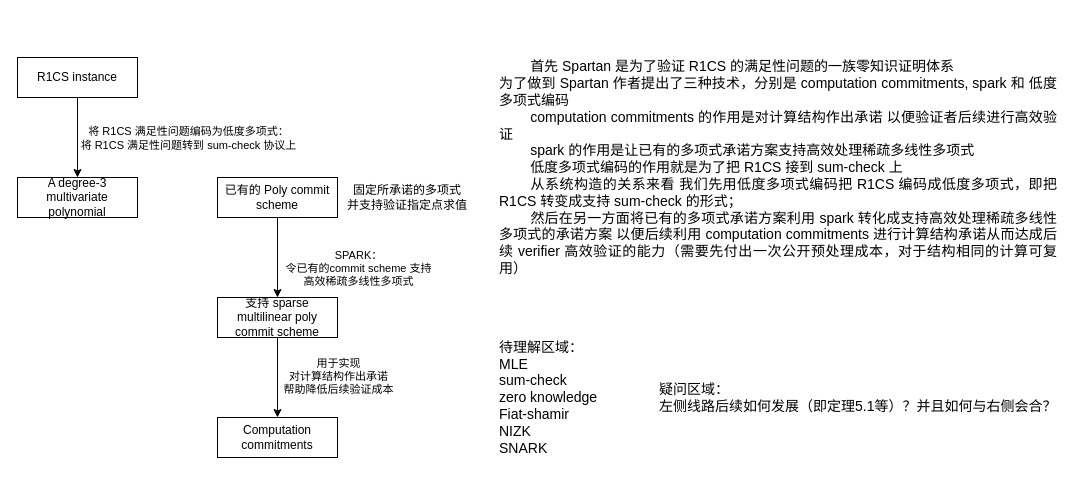
Earlier version of the draw.io diagram Day02/mechanism-D2.drawio (GreatilHailey/Spartan-learning). Source tidied: cells renumbered, new cells numbered last; positions are measured from the earlier drawing's top-left corner, leaving out a move shared by most shapes. Both pictures are drawn from the tidied source at 100%, with x=0, y=0 at pixel (17, 17).
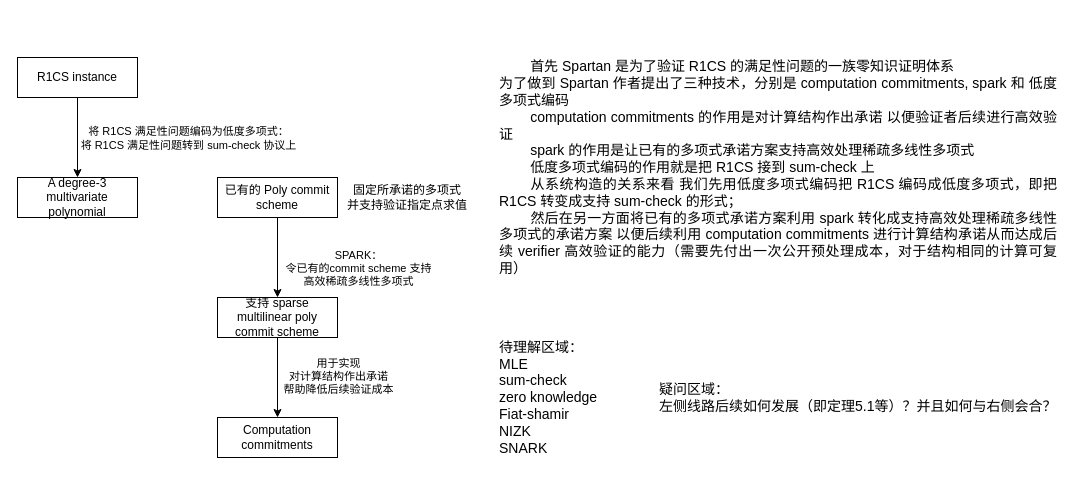
The same diagram, later.

What changed in the source:
```diff
@@
 <mxGraphModel>
   <root>
     <mxCell id="0" />
     <mxCell id="1" parent="0" />
     <mxCell id="2" style="edgeStyle=orthogonalEdgeStyle;rounded=0;jettySize=auto;html=1;exitX=0.5;exitY=1;exitDx=0;exitDy=0;entryX=0.5;entryY=0;entryDx=0;entryDy=0;" parent="1" edge="1" source="4" target="5">
       <mxGeometry relative="1" as="geometry" />
     </mxCell>
     <mxCell id="3" value="&lt;div&gt;将 R1CS 满足性问题编码为低度多项式：&lt;/div&gt;将 R1CS 满足性问题转到 sum-check 协议上" style="edgeLabel;html=1;align=center;verticalAlign=middle;labelBackgroundColor=none;" parent="2" vertex="1">
       <mxGeometry y="2" relative="1" as="geometry">
         <mxPoint x="108" as="offset" />
       </mxGeometry>
     </mxCell>
     <mxCell id="4" value="R1CS instance" style="rounded=0;whiteSpace=wrap;html=1;" parent="1" vertex="1">
       <mxGeometry y="40" width="120" height="40" as="geometry" />
     </mxCell>
     <mxCell id="5" value="A degree-3 multivariate polynomial" style="rounded=0;whiteSpace=wrap;html=1;" parent="1" vertex="1">
       <mxGeometry y="160" width="120" height="40" as="geometry" />
     </mxCell>
     <mxCell id="6" style="edgeStyle=orthogonalEdgeStyle;rounded=0;jettySize=auto;html=1;exitX=0.5;exitY=1;exitDx=0;exitDy=0;entryX=0.5;entryY=0;entryDx=0;entryDy=0;" parent="1" edge="1" source="8" target="11">
       <mxGeometry relative="1" as="geometry" />
     </mxCell>
     <mxCell id="7" value="SPARK：&lt;div&gt;令已有的commit scheme 支持&lt;/div&gt;&lt;div&gt;高效稀疏多线性多项式&lt;/div&gt;" style="edgeLabel;html=1;align=center;verticalAlign=middle;labelBackgroundColor=none;" parent="6" vertex="1">
       <mxGeometry x="-0.15" y="-1" relative="1" as="geometry">
         <mxPoint x="81" y="16" as="offset" />
       </mxGeometry>
     </mxCell>
     <mxCell id="8" value="已有的 Poly commit scheme" style="rounded=0;whiteSpace=wrap;html=1;" parent="1" vertex="1">
       <mxGeometry x="200" y="160" width="120" height="40" as="geometry" />
     </mxCell>
     <mxCell id="9" style="edgeStyle=orthogonalEdgeStyle;rounded=0;jettySize=auto;html=1;exitX=0.5;exitY=1;exitDx=0;exitDy=0;entryX=0.5;entryY=0;entryDx=0;entryDy=0;" parent="1" edge="1" source="11" target="12">
       <mxGeometry relative="1" as="geometry" />
     </mxCell>
     <mxCell id="10" value="用于实现&lt;div&gt;对计算结构作出承诺&lt;div&gt;帮助降低后续验证成本&lt;/div&gt;&lt;/div&gt;" style="edgeLabel;html=1;align=center;verticalAlign=middle;labelBackgroundColor=none;" parent="9" vertex="1">
       <mxGeometry x="-0.05" y="-1" relative="1" as="geometry">
         <mxPoint x="61" as="offset" />
       </mxGeometry>
     </mxCell>
     <mxCell id="11" value="支持 sparse multilinear poly commit scheme" style="rounded=0;whiteSpace=wrap;html=1;" parent="1" vertex="1">
       <mxGeometry x="200" y="280" width="120" height="40" as="geometry" />
     </mxCell>
     <mxCell id="12" value="Computation commitments" style="rounded=0;whiteSpace=wrap;html=1;" parent="1" vertex="1">
       <mxGeometry x="200" y="400" width="120" height="40" as="geometry" />
     </mxCell>
     <mxCell id="13" value="固定所承诺的多项式&lt;div&gt;并支持验证指定点求值&lt;/div&gt;" style="text;html=1;whiteSpace=wrap;strokeColor=none;fillColor=none;align=center;verticalAlign=middle;rounded=0;" parent="1" vertex="1">
       <mxGeometry x="320" y="165" width="140" height="30" as="geometry" />
     </mxCell>
-    <mxCell id="14" value="&lt;div style=&quot;text-align: justify;&quot;&gt;&lt;span style=&quot;font-size: 14px; background-color: transparent; color: light-dark(rgb(0, 0, 0), rgb(255, 255, 255));&quot;&gt;&lt;span style=&quot;white-space: pre;&quot;&gt;&#9;&lt;/span&gt;首先 Spartan 是为了验证 R1CS 的满足性问题的一族零知识证明体系&lt;/span&gt;&lt;/div&gt;&lt;font style=&quot;font-size: 14px;&quot;&gt;&lt;div style=&quot;text-align: justify;&quot;&gt;&lt;span style=&quot;background-color: transparent; color: light-dark(rgb(0, 0, 0), rgb(255, 255, 255));&quot;&gt;为了做到 Spartan 作者提出了三种技术，分别是 computation commitments, spark 和 低度多项式编码&lt;/span&gt;&lt;/div&gt;&lt;div style=&quot;text-align: justify;&quot;&gt;&lt;span style=&quot;background-color: transparent; color: light-dark(rgb(0, 0, 0), rgb(255, 255, 255));&quot;&gt;&lt;span style=&quot;white-space: pre;&quot;&gt;&#9;&lt;/span&gt;computation commitments 的作用是对计算结构作出承诺 以便验证者后续进行高效验证&lt;/span&gt;&lt;/div&gt;&lt;div style=&quot;text-align: justify;&quot;&gt;&lt;span style=&quot;background-color: transparent; color: light-dark(rgb(0, 0, 0), rgb(255, 255, 255));&quot;&gt;&lt;span style=&quot;white-space: pre;&quot;&gt;&#9;&lt;/span&gt;spark 的作用是让已有的多项式承诺方案支持高效处理稀疏多线性多项式&lt;/span&gt;&lt;/div&gt;&lt;div style=&quot;text-align: justify;&quot;&gt;&lt;span style=&quot;background-color: transparent; color: light-dark(rgb(0, 0, 0), rgb(255, 255, 255));&quot;&gt;&lt;span style=&quot;white-space: pre;&quot;&gt;&#9;&lt;/span&gt;低度多项式编码的作用就是为了把 R1CS 接到 sum-check 上&lt;/span&gt;&lt;/div&gt;&lt;div style=&quot;text-align: justify;&quot;&gt;&lt;span style=&quot;background-color: transparent; color: light-dark(rgb(0, 0, 0), rgb(255, 255, 255));&quot;&gt;&lt;span style=&quot;white-space: pre;&quot;&gt;&#9;&lt;/span&gt;从系统构造的关系来看 我们先用低度多项式编码把 R1CS 编码成低度多项式，即把R1CS 转变成支持 sum-check 的形式；&lt;/span&gt;&lt;/div&gt;&lt;/font&gt;&lt;div style=&quot;text-align: justify;&quot;&gt;&lt;font style=&quot;font-size: 14px;&quot;&gt;&lt;span style=&quot;white-space: pre;&quot;&gt;&#9;&lt;/span&gt;然后在另一方面将已有的多项式承诺方案利用 spark 转化成支持高效处理稀疏多线性多项式的承诺方案 以便后续利用 computation commitments 进行计算结构承诺从而达成后续 verifier 高效验证的能力&lt;/font&gt;&lt;span style=&quot;font-size: 14px; background-color: transparent; color: light-dark(rgb(0, 0, 0), rgb(255, 255, 255));&quot;&gt;（需要先付出一次公开预处理成本，对于结构相同的计算可复用）&lt;/span&gt;&lt;/div&gt;" style="text;html=1;whiteSpace=wrap;strokeColor=none;fillColor=none;align=left;verticalAlign=middle;rounded=0;" parent="1" vertex="1">
+    <mxCell id="14" value="&lt;div style=&quot;text-align: justify;&quot;&gt;&lt;span style=&quot;font-size: 14px; background-color: transparent; color: light-dark(rgb(0, 0, 0), rgb(255, 255, 255));&quot;&gt;&lt;span style=&quot;white-space: pre;&quot;&gt;&#9;&lt;/span&gt;首先 Spartan 是为了验证 R1CS 的满足性问题的一族零知识证明体系&lt;/span&gt;&lt;/div&gt;&lt;font style=&quot;font-size: 14px;&quot;&gt;&lt;div style=&quot;text-align: justify;&quot;&gt;&lt;span style=&quot;background-color: transparent; color: light-dark(rgb(0, 0, 0), rgb(255, 255, 255));&quot;&gt;为了做到 Spartan 作者提出了三种技术，分别是 computation commitments, spark 和 低度多项式编码&lt;/span&gt;&lt;/div&gt;&lt;div style=&quot;text-align: justify;&quot;&gt;&lt;span style=&quot;background-color: transparent; color: light-dark(rgb(0, 0, 0), rgb(255, 255, 255));&quot;&gt;&lt;span style=&quot;white-space: pre;&quot;&gt;&#9;&lt;/span&gt;computation commitments 的作用是对计算结构作出承诺 以便验证者后续进行高效验证&lt;/span&gt;&lt;/div&gt;&lt;div style=&quot;text-align: justify;&quot;&gt;&lt;span style=&quot;background-color: transparent; color: light-dark(rgb(0, 0, 0), rgb(255, 255, 255));&quot;&gt;&lt;span style=&quot;white-space: pre;&quot;&gt;&#9;&lt;/span&gt;spark 的作用是让已有的多项式承诺方案支持高效处理稀疏多线性多项式&lt;/span&gt;&lt;/div&gt;&lt;div style=&quot;text-align: justify;&quot;&gt;&lt;span style=&quot;background-color: transparent; color: light-dark(rgb(0, 0, 0), rgb(255, 255, 255));&quot;&gt;&lt;span style=&quot;white-space: pre;&quot;&gt;&#9;&lt;/span&gt;低度多项式编码的作用就是把 R1CS 接到 sum-check 上&lt;/span&gt;&lt;/div&gt;&lt;div style=&quot;text-align: justify;&quot;&gt;&lt;span style=&quot;background-color: transparent; color: light-dark(rgb(0, 0, 0), rgb(255, 255, 255));&quot;&gt;&lt;span style=&quot;white-space: pre;&quot;&gt;&#9;&lt;/span&gt;从系统构造的关系来看 我们先用低度多项式编码把 R1CS 编码成低度多项式，即把R1CS 转变成支持 sum-check 的形式；&lt;/span&gt;&lt;/div&gt;&lt;/font&gt;&lt;div style=&quot;text-align: justify;&quot;&gt;&lt;font style=&quot;font-size: 14px;&quot;&gt;&lt;span style=&quot;white-space: pre;&quot;&gt;&#9;&lt;/span&gt;然后在另一方面将已有的多项式承诺方案利用 spark 转化成支持高效处理稀疏多线性多项式的承诺方案 以便后续利用 computation commitments 进行计算结构承诺从而达成后续 verifier 高效验证的能力&lt;/font&gt;&lt;span style=&quot;font-size: 14px; background-color: transparent; color: light-dark(rgb(0, 0, 0), rgb(255, 255, 255));&quot;&gt;（需要先付出一次公开预处理成本，对于结构相同的计算可复用）&lt;/span&gt;&lt;/div&gt;" style="text;html=1;whiteSpace=wrap;strokeColor=none;fillColor=none;align=left;verticalAlign=middle;rounded=0;" parent="1" vertex="1">
       <mxGeometry x="480" width="560" height="300" as="geometry" />
     </mxCell>
     <mxCell id="15" value="&lt;div style=&quot;text-align: justify;&quot;&gt;&lt;span style=&quot;background-color: transparent; color: light-dark(rgb(0, 0, 0), rgb(255, 255, 255));&quot;&gt;&lt;font style=&quot;font-size: 14px;&quot;&gt;待理解区域：&lt;/font&gt;&lt;/span&gt;&lt;/div&gt;&lt;div style=&quot;text-align: justify;&quot;&gt;&lt;span style=&quot;background-color: transparent; color: light-dark(rgb(0, 0, 0), rgb(255, 255, 255));&quot;&gt;&lt;font style=&quot;font-size: 14px;&quot;&gt;MLE&lt;/font&gt;&lt;/span&gt;&lt;/div&gt;&lt;div style=&quot;text-align: justify;&quot;&gt;&lt;font style=&quot;font-size: 14px;&quot;&gt;sum-check&lt;/font&gt;&lt;/div&gt;&lt;div style=&quot;text-align: justify;&quot;&gt;&lt;font style=&quot;font-size: 14px;&quot;&gt;zero knowledge&amp;nbsp;&lt;/font&gt;&lt;/div&gt;&lt;div style=&quot;text-align: justify;&quot;&gt;&lt;font style=&quot;font-size: 14px;&quot;&gt;Fiat-shamir&lt;/font&gt;&lt;/div&gt;&lt;div style=&quot;text-align: justify;&quot;&gt;&lt;font style=&quot;font-size: 14px;&quot;&gt;NIZK&lt;/font&gt;&lt;/div&gt;&lt;div style=&quot;text-align: justify;&quot;&gt;&lt;font style=&quot;font-size: 14px;&quot;&gt;SNARK&lt;/font&gt;&lt;/div&gt;" style="text;html=1;whiteSpace=wrap;strokeColor=none;fillColor=none;align=left;verticalAlign=middle;rounded=0;" parent="1" vertex="1">
       <mxGeometry x="480" y="300" width="160" height="160" as="geometry" />
     </mxCell>
     <mxCell id="16" value="&lt;div style=&quot;text-align: justify;&quot;&gt;&lt;span style=&quot;background-color: transparent; color: light-dark(rgb(0, 0, 0), rgb(255, 255, 255));&quot;&gt;&lt;font style=&quot;font-size: 14px;&quot;&gt;疑问区域：&lt;/font&gt;&lt;/span&gt;&lt;/div&gt;&lt;div style=&quot;text-align: justify;&quot;&gt;&lt;font style=&quot;font-size: 14px;&quot;&gt;左侧线路后续如何发展（即定理5.1等）？并且如何与右侧会合？&lt;/font&gt;&lt;/div&gt;" style="text;html=1;whiteSpace=wrap;strokeColor=none;fillColor=none;align=left;verticalAlign=middle;rounded=0;" parent="1" vertex="1">
       <mxGeometry x="640" y="300" width="400" height="160" as="geometry" />
     </mxCell>
   </root>
 </mxGraphModel>
```
